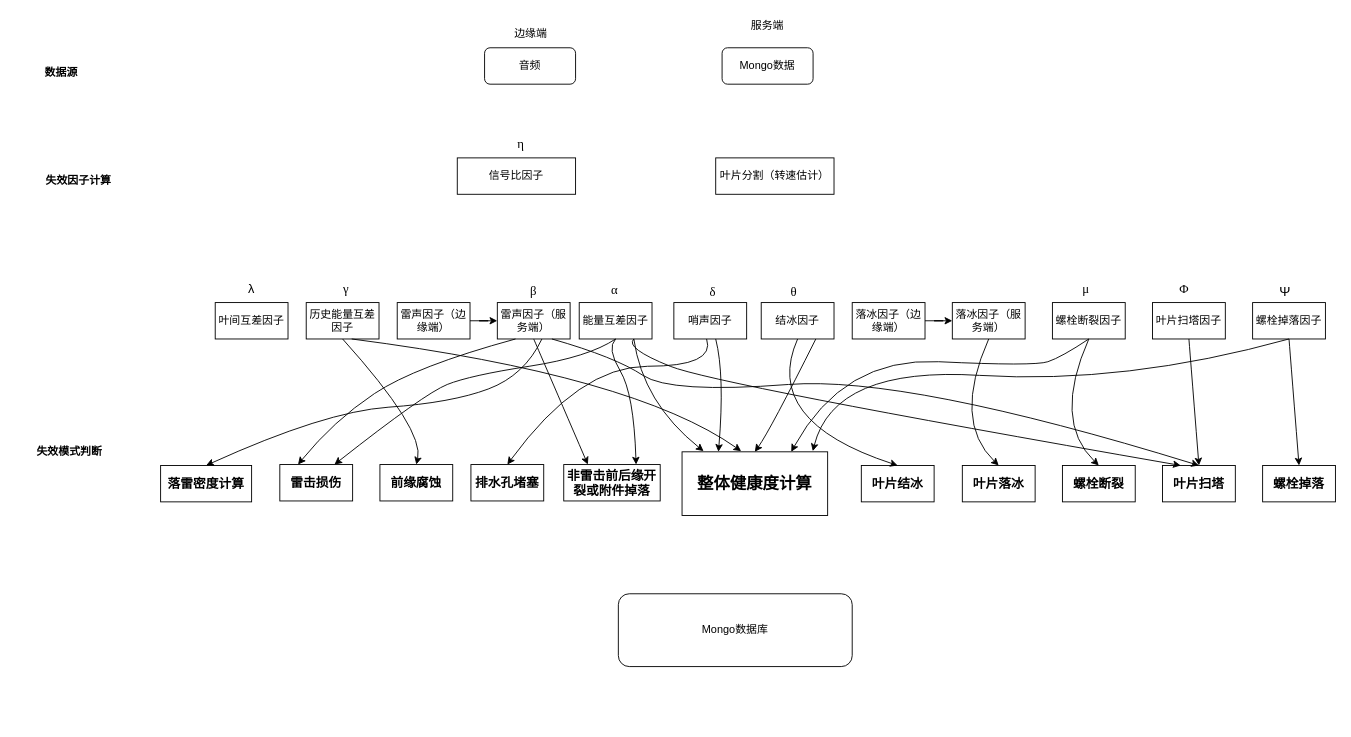
Before: doc/Untitled Diagram.drawio in Davidlee2017/aria2, a draw.io diagram. Source tidied: cells renumbered, new cells numbered last; positions are measured from the earlier drawing's top-left corner, leaving out a move shared by most shapes. Both pictures are drawn from the tidied source at 91%, with x=0, y=0 at pixel (15, 20).
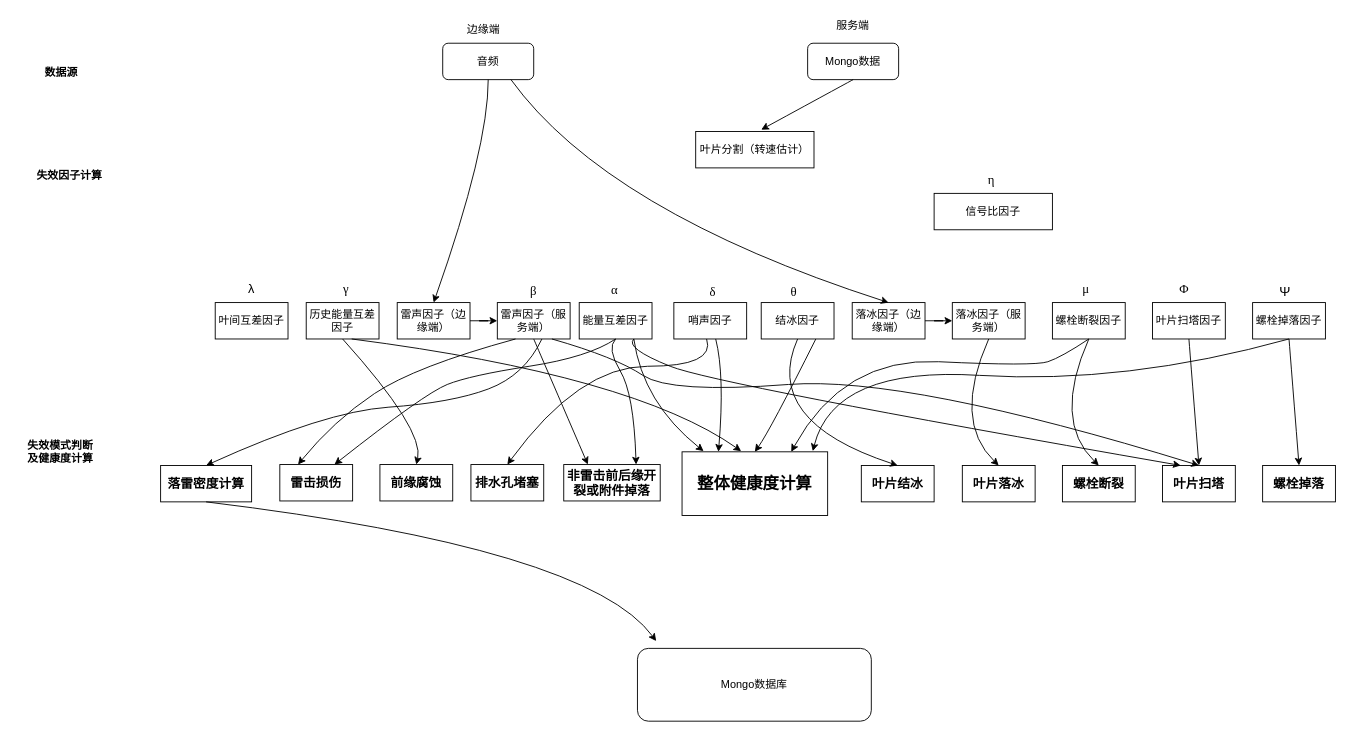
Above is the later version.

The change refers to these unchanged cells:
```xml
<mxCell id="7" value="雷声因子（边缘端）" style="rounded=0;whiteSpace=wrap;html=1;" parent="1" vertex="1">
  <mxGeometry x="420" y="310" width="80" height="40" as="geometry" />
</mxCell>
<mxCell id="12" value="落冰因子（边缘端）" style="rounded=0;whiteSpace=wrap;html=1;" parent="1" vertex="1">
  <mxGeometry x="920" y="310" width="80" height="40" as="geometry" />
</mxCell>
<mxCell id="26" value="&lt;font style=&quot;font-size: 14px&quot;&gt;&lt;b&gt;落雷密度计算&lt;/b&gt;&lt;/font&gt;" style="rounded=0;whiteSpace=wrap;html=1;" parent="1" vertex="1">
  <mxGeometry x="160" y="489" width="100" height="40" as="geometry" />
</mxCell>
```

The edit, as a diff of the source:
```diff
@@
     <mxCell id="2" value="信号比因子" style="rounded=0;whiteSpace=wrap;html=1;" parent="1" vertex="1">
-      <mxGeometry x="486" y="151" width="130" height="40" as="geometry" />
+      <mxGeometry x="1010" y="190" width="130" height="40" as="geometry" />
     </mxCell>
     <mxCell id="3" value="叶片分割（转速估计）" style="rounded=0;whiteSpace=wrap;html=1;" parent="1" vertex="1">
-      <mxGeometry x="770" y="151" width="130" height="40" as="geometry" />
+      <mxGeometry x="748" y="122" width="130" height="40" as="geometry" />
     </mxCell>
@@
     <mxCell id="27" value="&lt;span&gt;Mongo数据&lt;/span&gt;" style="rounded=1;whiteSpace=wrap;html=1;" parent="1" vertex="1">
-      <mxGeometry x="777" y="30" width="100" height="40" as="geometry" />
+      <mxGeometry x="871" y="25" width="100" height="40" as="geometry" />
     </mxCell>
     <mxCell id="28" value="音频" style="rounded=1;whiteSpace=wrap;html=1;" parent="1" vertex="1">
-      <mxGeometry x="516" y="30" width="100" height="40" as="geometry" />
+      <mxGeometry x="470" y="25" width="100" height="40" as="geometry" />
     </mxCell>
     <mxCell id="29" value="边缘端" style="text;html=1;strokeColor=none;fillColor=none;align=center;verticalAlign=middle;whiteSpace=wrap;rounded=0;" parent="1" vertex="1">
-      <mxGeometry x="537" width="60" height="30" as="geometry" />
+      <mxGeometry x="485" y="-5" width="60" height="30" as="geometry" />
     </mxCell>
     <mxCell id="30" value="服务端" style="text;html=1;strokeColor=none;fillColor=none;align=center;verticalAlign=middle;whiteSpace=wrap;rounded=0;" parent="1" vertex="1">
-      <mxGeometry x="797" y="1" width="60" height="9" as="geometry" />
+      <mxGeometry x="891" y="1" width="60" height="9" as="geometry" />
     </mxCell>
@@
-    <mxCell id="32" value="&lt;b&gt;失效模式判断&lt;/b&gt;" style="text;html=1;strokeColor=none;fillColor=none;align=center;verticalAlign=middle;whiteSpace=wrap;rounded=0;" parent="1" vertex="1">
-      <mxGeometry x="10" y="459" width="100" height="30" as="geometry" />
+    <mxCell id="32" value="&lt;b&gt;失效模式判断及健康度计算&lt;/b&gt;" style="text;html=1;strokeColor=none;fillColor=none;align=center;verticalAlign=middle;whiteSpace=wrap;rounded=0;" parent="1" vertex="1">
+      <mxGeometry x="10" y="459" width="80" height="30" as="geometry" />
     </mxCell>
     <mxCell id="33" value="&lt;b&gt;失效因子计算&lt;/b&gt;" style="text;html=1;strokeColor=none;fillColor=none;align=center;verticalAlign=middle;whiteSpace=wrap;rounded=0;" parent="1" vertex="1">
-      <mxGeometry x="19.5" y="161" width="100" height="30" as="geometry" />
+      <mxGeometry x="10" y="156" width="100" height="30" as="geometry" />
     </mxCell>
@@
     <mxCell id="51" value="&lt;p class=&quot;MsoNormal&quot; align=&quot;center&quot;&gt;&lt;span lang=&quot;EN-US&quot; style=&quot;font-family: &amp;#34;times new roman&amp;#34; , serif&quot;&gt;η&lt;/span&gt;&lt;/p&gt;" style="text;html=1;strokeColor=none;fillColor=none;align=center;verticalAlign=middle;whiteSpace=wrap;rounded=0;fontSize=14;" parent="1" vertex="1">
-      <mxGeometry x="531" y="121" width="50" height="30" as="geometry" />
+      <mxGeometry x="1048" y="160" width="50" height="30" as="geometry" />
     </mxCell>
@@
     <mxCell id="66" value="&lt;span&gt;Mongo数据库&lt;/span&gt;" style="rounded=1;whiteSpace=wrap;html=1;" parent="1" vertex="1">
-      <mxGeometry x="663" y="630" width="257" height="80" as="geometry" />
+      <mxGeometry x="684" y="690" width="257" height="80" as="geometry" />
     </mxCell>
+    <mxCell id="67" style="curved=1;endArrow=classic;html=1;rounded=0;fontSize=18;exitX=0.5;exitY=1;exitDx=0;exitDy=0;entryX=0.08;entryY=-0.1;entryDx=0;entryDy=0;entryPerimeter=0;" parent="1" edge="1" source="26" target="66">
+      <mxGeometry relative="1" as="geometry">
+        <Array as="points">
+          <mxPoint x="630" y="580" />
+        </Array>
+      </mxGeometry>
+    </mxCell>
+    <mxCell id="68" style="curved=1;endArrow=classic;html=1;rounded=0;fontSize=18;exitX=0.5;exitY=1;exitDx=0;exitDy=0;entryX=0.5;entryY=0;entryDx=0;entryDy=0;" parent="1" edge="1" source="28" target="7">
+      <mxGeometry relative="1" as="geometry">
+        <Array as="points">
+          <mxPoint x="520" y="140" />
+        </Array>
+      </mxGeometry>
+    </mxCell>
+    <mxCell id="69" style="curved=1;endArrow=classic;html=1;rounded=0;fontSize=18;entryX=0.5;entryY=0;entryDx=0;entryDy=0;exitX=0.75;exitY=1;exitDx=0;exitDy=0;" parent="1" edge="1" source="28" target="12">
+      <mxGeometry relative="1" as="geometry">
+        <Array as="points">
+          <mxPoint x="650" y="210" />
+        </Array>
+      </mxGeometry>
+    </mxCell>
+    <mxCell id="70" style="curved=1;endArrow=classic;html=1;rounded=0;fontSize=18;exitX=0.5;exitY=1;exitDx=0;exitDy=0;" parent="1" edge="1" source="27">
+      <mxGeometry relative="1" as="geometry">
+        <mxPoint x="820" y="120" as="targetPoint" />
+      </mxGeometry>
+    </mxCell>
```
